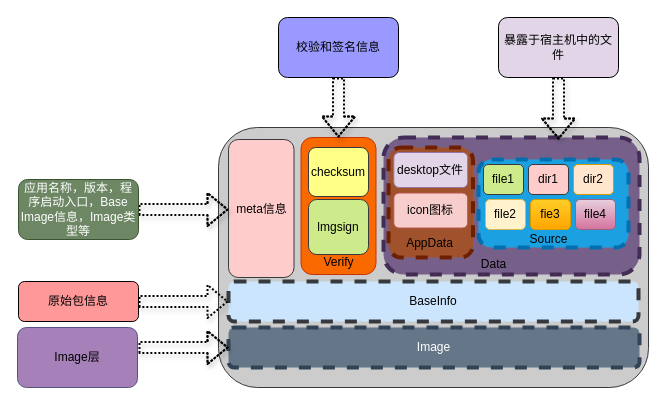
Earlier version of the draw.io diagram page "第 1 页" (1 of 3) of lmgpackage.drawio (Doorer/draw.io-1). Source tidied: cells renumbered, new cells numbered last; positions are measured from the earlier drawing's top-left corner, leaving out a move shared by most shapes. Both pictures are drawn from the tidied source at 100%, with x=0, y=0 at pixel (17, 17).
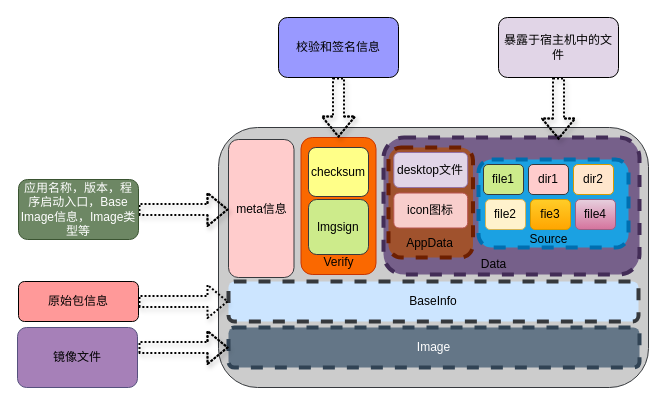
After the change.

The edit, as a diff of the source:
```diff
@@
-    <mxCell id="30" value="Image层" style="rounded=1;whiteSpace=wrap;html=1;fillColor=#A680B8;strokeColor=#56517e;" parent="1" vertex="1">
+    <mxCell id="30" value="镜像文件" style="rounded=1;whiteSpace=wrap;html=1;fillColor=#A680B8;strokeColor=#56517e;" parent="1" vertex="1">
       <mxGeometry y="310" width="120" height="60" as="geometry" />
     </mxCell>
```
